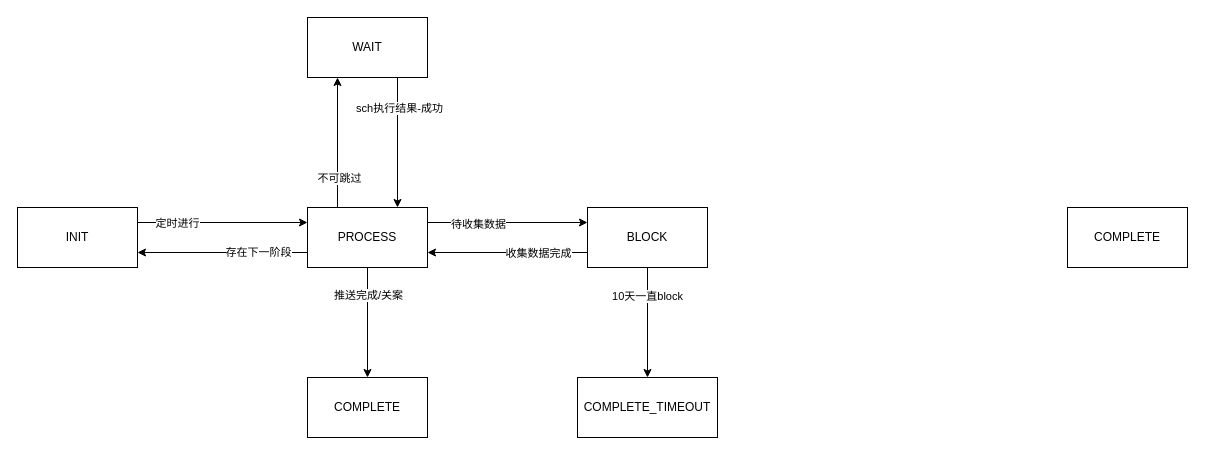
ABIN-DS/flowchart keeps this draw.io diagram as page "IVR发送状态流转" (3 of 5) of 数据变化图.drawio. Above is the earlier version. Source tidied: cells renumbered, new cells numbered last; positions are measured from the earlier drawing's top-left corner, leaving out a move shared by most shapes. Both pictures are drawn from the tidied source at 100%, with x=0, y=0 at pixel (17, 17).
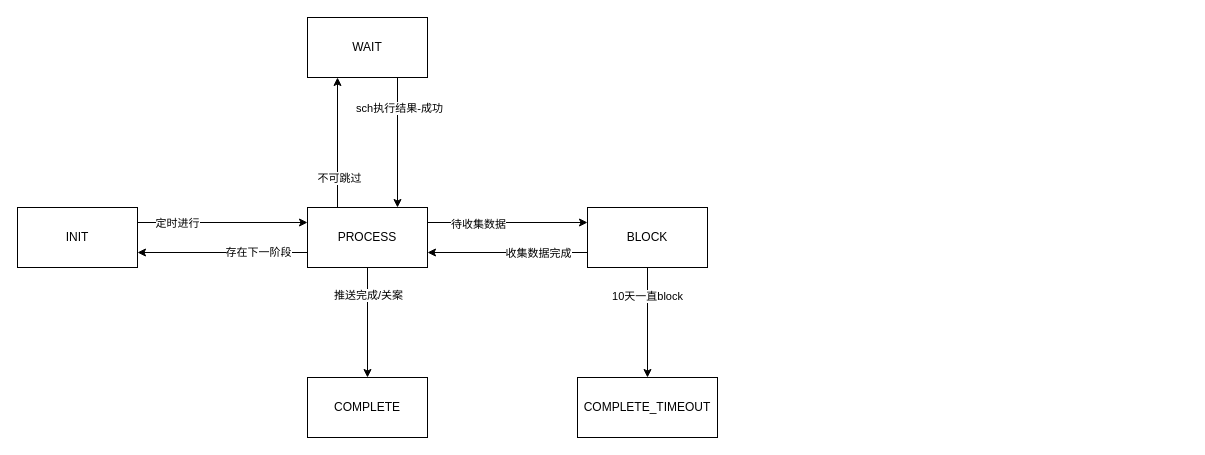
Above is the later version.

Commit message (it also covers changes not shown here):
更新数据变化图.drawio

Change to the diagram source:
```diff
@@
-    <mxCell id="19" value="COMPLETE" style="rounded=0;whiteSpace=wrap;html=1;" parent="1" vertex="1">
-      <mxGeometry x="1050" y="190" width="120" height="60" as="geometry" />
-    </mxCell>
```
